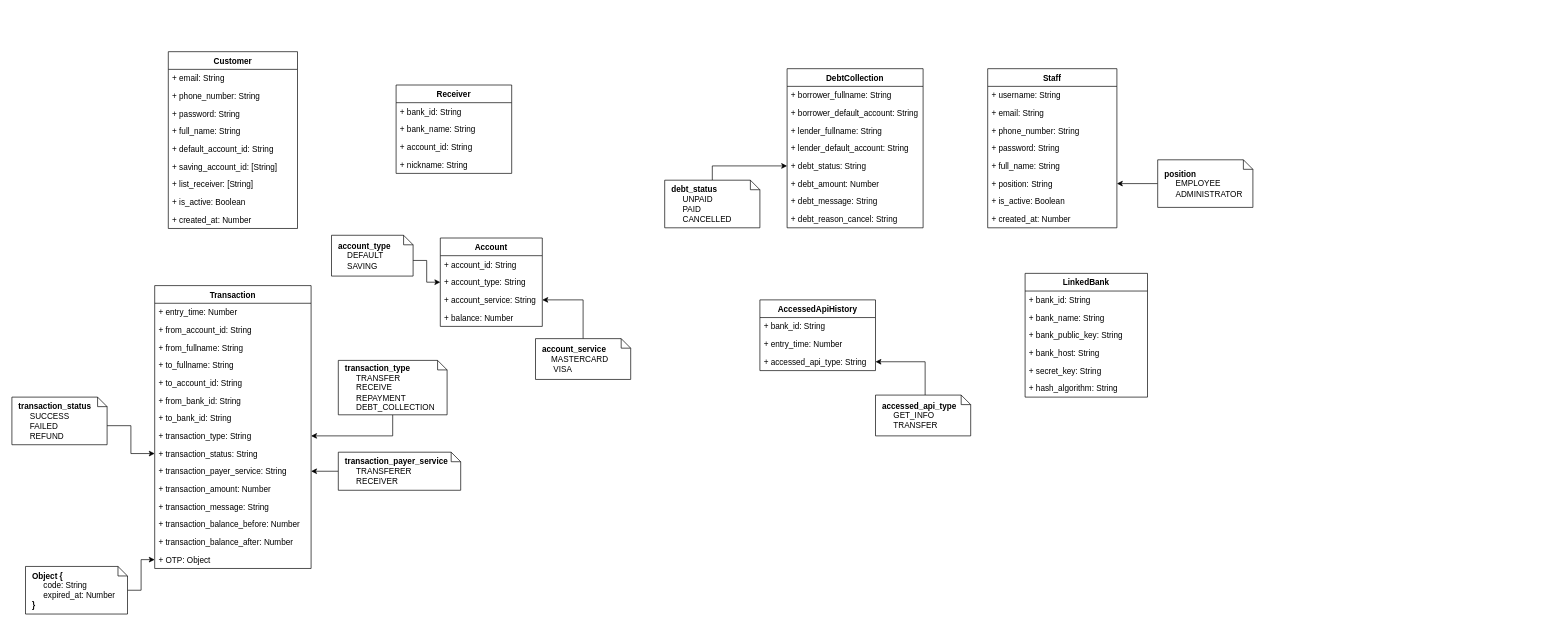
Earlier version of the draw.io diagram 03_Design/01_Data/InternetBanking.drawio (imdotnhsang/AWAD_NNDK_08). Source tidied: cells renumbered, new cells numbered last; positions are measured from the earlier drawing's top-left corner, leaving out a move shared by most shapes. Both pictures are drawn from the tidied source at 68%, with x=0, y=0 at pixel (12, 51).
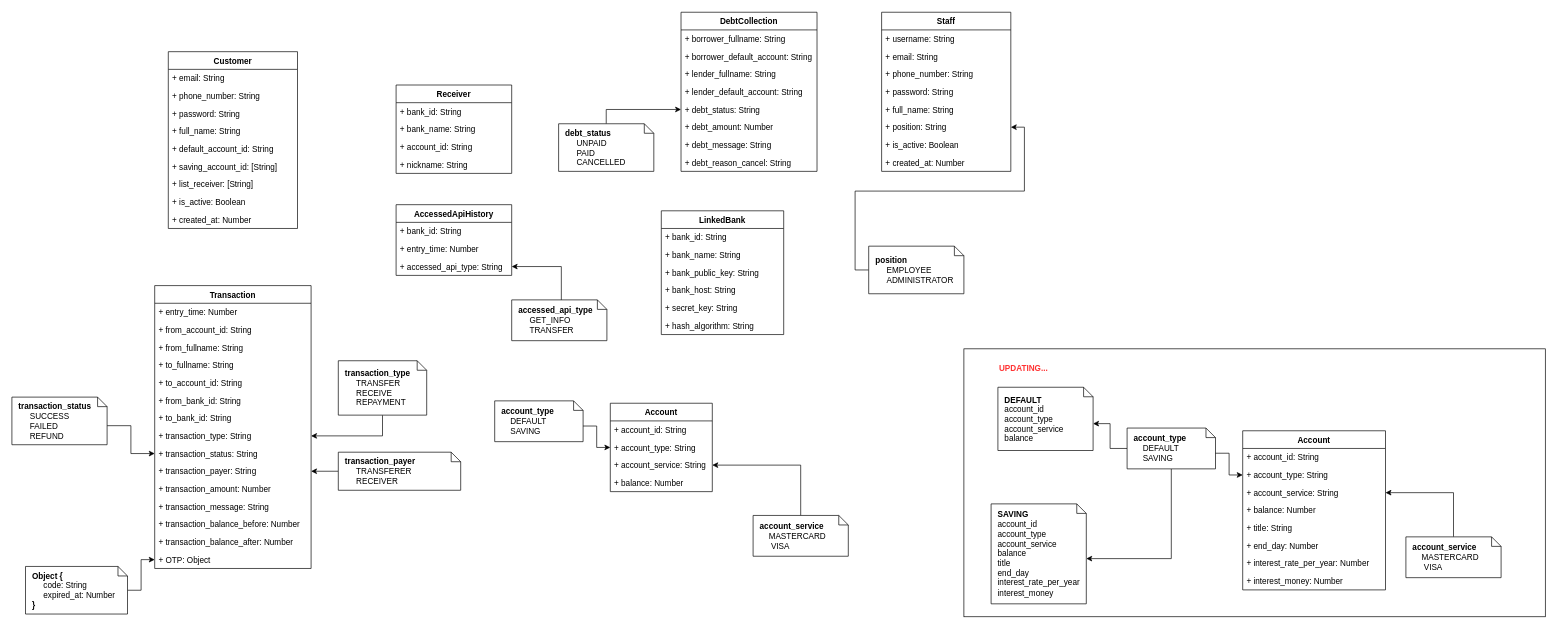
After the change.

Commit message (it also covers changes not shown here):
update model transaction and saving card db

Unchanged cells that the change refers to:
```xml
<mxCell id="4" value="Transaction" style="swimlane;fontStyle=1;horizontal=1;startSize=26;fillColor=none;" parent="1" vertex="1">
  <mxGeometry x="210" y="344.5" width="230" height="416" as="geometry" />
</mxCell>
<mxCell id="69" value="+ position: String" style="text;strokeColor=none;fillColor=none;align=left;verticalAlign=top;spacingLeft=4;spacingRight=4;overflow=hidden;points=[[0,0.5],[1,0.5]];portConstraint=eastwest;" parent="63" vertex="1">
  <mxGeometry y="156" width="190" height="26" as="geometry" />
</mxCell>
```

The edit, as a diff of the source:
```diff
@@
-    <mxCell id="3" value="&lt;b&gt;transaction_type&lt;br&gt;&lt;/b&gt;&lt;span&gt;&amp;nbsp; &amp;nbsp; &amp;nbsp;TRANSFER&lt;br&gt;&lt;/span&gt;&lt;span&gt;&amp;nbsp; &amp;nbsp; &amp;nbsp;RECEIVE&lt;br&gt;&lt;/span&gt;&lt;b&gt;&amp;nbsp; &amp;nbsp; &lt;/b&gt;&amp;nbsp;REPAYMENT&lt;br&gt;&amp;nbsp; &amp;nbsp; &amp;nbsp;DEBT_COLLECTION" style="shape=note;whiteSpace=wrap;html=1;size=14;verticalAlign=middle;align=left;spacingTop=0;spacing=10;" parent="1" vertex="1">
-      <mxGeometry x="480" y="454.5" width="160" height="80" as="geometry" />
+    <mxCell id="3" value="&lt;b&gt;transaction_type&lt;br&gt;&lt;/b&gt;&lt;span&gt;&amp;nbsp; &amp;nbsp; &amp;nbsp;TRANSFER&lt;br&gt;&lt;/span&gt;&lt;span&gt;&amp;nbsp; &amp;nbsp; &amp;nbsp;RECEIVE&lt;br&gt;&lt;/span&gt;&lt;b&gt;&amp;nbsp; &amp;nbsp; &lt;/b&gt;&amp;nbsp;REPAYMENT" style="shape=note;whiteSpace=wrap;html=1;size=14;verticalAlign=middle;align=left;spacingTop=0;spacing=10;" parent="1" vertex="1">
+      <mxGeometry x="480" y="455" width="130" height="80" as="geometry" />
     </mxCell>
@@
-    <mxCell id="14" value="+ transaction_payer_service: String" style="text;strokeColor=none;fillColor=none;align=left;verticalAlign=top;spacingLeft=4;spacingRight=4;overflow=hidden;points=[[0,0.5],[1,0.5]];portConstraint=eastwest;" parent="4" vertex="1">
+    <mxCell id="14" value="+ transaction_payer: String" style="text;strokeColor=none;fillColor=none;align=left;verticalAlign=top;spacingLeft=4;spacingRight=4;overflow=hidden;points=[[0,0.5],[1,0.5]];portConstraint=eastwest;" parent="4" vertex="1">
       <mxGeometry y="260" width="230" height="26" as="geometry" />
     </mxCell>
@@
     <mxCell id="20" value="AccessedApiHistory" style="swimlane;fontStyle=1;horizontal=1;startSize=26;fillColor=none;" parent="1" vertex="1">
-      <mxGeometry x="1100" y="365.5" width="170" height="104" as="geometry" />
+      <mxGeometry x="565" y="225.5" width="170" height="104" as="geometry" />
     </mxCell>
@@
     <mxCell id="25" value="&lt;b&gt;accessed_api_type&lt;br&gt;&lt;/b&gt;&lt;span&gt;&amp;nbsp; &amp;nbsp; &amp;nbsp;GET_INFO&lt;br&gt;&lt;/span&gt;&lt;span&gt;&amp;nbsp; &amp;nbsp; &amp;nbsp;TRANSFER&lt;/span&gt;" style="shape=note;whiteSpace=wrap;html=1;size=14;verticalAlign=middle;align=left;spacingTop=0;spacing=10;" parent="1" vertex="1">
-      <mxGeometry x="1270" y="505.5" width="140" height="60" as="geometry" />
+      <mxGeometry x="735" y="365.5" width="140" height="60" as="geometry" />
     </mxCell>
     <mxCell id="26" value="LinkedBank" style="swimlane;fontStyle=1;horizontal=1;startSize=26;fillColor=none;" parent="1" vertex="1">
-      <mxGeometry x="1490" y="326.5" width="180" height="182" as="geometry" />
+      <mxGeometry x="955" y="234.5" width="180" height="182" as="geometry" />
     </mxCell>
@@
     <mxCell id="33" value="Account" style="swimlane;fontStyle=1;horizontal=1;startSize=26;fillColor=none;" parent="1" vertex="1">
-      <mxGeometry x="630" y="274.5" width="150" height="130" as="geometry" />
+      <mxGeometry x="880" y="517.5" width="150" height="130" as="geometry" />
     </mxCell>
@@
-    <mxCell id="40" style="edgeStyle=orthogonalEdgeStyle;rounded=0;jettySize=auto;html=1;exitX=0;exitY=0.5;exitDx=0;exitDy=0;exitPerimeter=0;entryX=1;entryY=0.5;entryDx=0;entryDy=0;" parent="1" edge="1" source="41" target="69">
+    <mxCell id="40" style="edgeStyle=orthogonalEdgeStyle;rounded=0;jettySize=auto;html=1;exitX=0;exitY=0.5;exitDx=0;exitDy=0;exitPerimeter=0;entryX=1;entryY=0.5;entryDx=0;entryDy=0;fontColor=#FF3333;" parent="1" edge="1" source="41" target="69">
       <mxGeometry relative="1" as="geometry" />
     </mxCell>
     <mxCell id="41" value="&lt;b&gt;position&lt;br&gt;&lt;/b&gt;&lt;span&gt;&amp;nbsp; &amp;nbsp; &amp;nbsp;EMPLOYEE&lt;br&gt;&lt;/span&gt;&lt;span&gt;&amp;nbsp; &amp;nbsp; &amp;nbsp;ADMINISTRATOR&lt;/span&gt;" style="shape=note;whiteSpace=wrap;html=1;size=14;verticalAlign=middle;align=left;spacingTop=0;spacing=10;" parent="1" vertex="1">
-      <mxGeometry x="1685" y="159.5" width="140" height="70" as="geometry" />
+      <mxGeometry x="1260" y="286.5" width="140" height="70" as="geometry" />
     </mxCell>
@@
-    <mxCell id="55" value="&lt;b&gt;transaction_payer_service&lt;br&gt;&lt;/b&gt;&lt;span&gt;&amp;nbsp; &amp;nbsp; &amp;nbsp;TRANSFERER&lt;br&gt;&lt;/span&gt;&lt;span&gt;&amp;nbsp; &amp;nbsp; &amp;nbsp;RECEIVER&lt;/span&gt;" style="shape=note;whiteSpace=wrap;html=1;size=14;verticalAlign=middle;align=left;spacingTop=0;spacing=10;" parent="1" vertex="1">
+    <mxCell id="55" value="&lt;b&gt;transaction_payer&lt;br&gt;&lt;/b&gt;&lt;span&gt;&amp;nbsp; &amp;nbsp; &amp;nbsp;TRANSFERER&lt;br&gt;&lt;/span&gt;&lt;span&gt;&amp;nbsp; &amp;nbsp; &amp;nbsp;RECEIVER&lt;/span&gt;" style="shape=note;whiteSpace=wrap;html=1;size=14;verticalAlign=middle;align=left;spacingTop=0;spacing=10;" parent="1" vertex="1">
       <mxGeometry x="480" y="589.5" width="180" height="56" as="geometry" />
     </mxCell>
@@
     <mxCell id="62" value="&lt;span&gt;&lt;b&gt;debt_status&lt;/b&gt;&lt;/span&gt;&lt;b&gt;&lt;br&gt;&lt;/b&gt;&lt;span&gt;&amp;nbsp; &amp;nbsp; &amp;nbsp;UNPAID&lt;br&gt;&lt;/span&gt;&lt;span&gt;&amp;nbsp; &amp;nbsp; &amp;nbsp;PAID&lt;br&gt;&amp;nbsp; &amp;nbsp; &amp;nbsp;CANCELLED&lt;br&gt;&lt;/span&gt;" style="shape=note;whiteSpace=wrap;html=1;size=14;verticalAlign=middle;align=left;spacingTop=0;spacing=10;" parent="1" vertex="1">
-      <mxGeometry x="960" y="189.5" width="140" height="70" as="geometry" />
+      <mxGeometry x="804" y="106.5" width="140" height="70" as="geometry" />
     </mxCell>
     <mxCell id="63" value="Staff" style="swimlane;fontStyle=1;horizontal=1;startSize=26;fillColor=none;" parent="1" vertex="1">
-      <mxGeometry x="1435" y="25.5" width="190" height="234" as="geometry" />
+      <mxGeometry x="1279" y="-57.5" width="190" height="234" as="geometry" />
     </mxCell>
@@
     <mxCell id="72" value="DebtCollection" style="swimlane;fontStyle=1;horizontal=1;startSize=26;fillColor=none;" parent="1" vertex="1">
-      <mxGeometry x="1140" y="25.5" width="200" height="234" as="geometry" />
+      <mxGeometry x="984" y="-57.5" width="200" height="234" as="geometry" />
     </mxCell>
@@
     <mxCell id="82" value="&lt;b&gt;account_service&lt;/b&gt;&lt;span&gt;&amp;nbsp; &amp;nbsp; &amp;nbsp; &amp;nbsp; &amp;nbsp; &amp;nbsp; MASTERCARD&lt;br&gt;&lt;/span&gt;&lt;span&gt;&amp;nbsp; &amp;nbsp; &amp;nbsp;VISA&lt;/span&gt;" style="shape=note;whiteSpace=wrap;html=1;size=14;verticalAlign=middle;align=left;spacingTop=0;spacing=10;" parent="1" vertex="1">
-      <mxGeometry x="770" y="422.5" width="140" height="60" as="geometry" />
+      <mxGeometry x="1090" y="682.5" width="140" height="60" as="geometry" />
     </mxCell>
@@
-    <mxCell id="84" value="&lt;b&gt;account_type&lt;/b&gt;&lt;span&gt;&amp;nbsp; &amp;nbsp; &amp;nbsp; &amp;nbsp; &amp;nbsp; &amp;nbsp; DEFAULT&lt;br&gt;&lt;/span&gt;&lt;span&gt;&amp;nbsp; &amp;nbsp; SAVING&lt;/span&gt;" style="shape=note;whiteSpace=wrap;html=1;size=14;verticalAlign=middle;align=left;spacingTop=0;spacing=10;" parent="1" vertex="1">
-      <mxGeometry x="470" y="270.5" width="120" height="60" as="geometry" />
+    <mxCell id="84" value="&lt;b&gt;account_type&lt;/b&gt;&lt;span&gt;&amp;nbsp; &amp;nbsp; &amp;nbsp; &amp;nbsp; &amp;nbsp; &amp;nbsp; &amp;nbsp; DEFAULT&lt;br&gt;&lt;/span&gt;&lt;span&gt;&amp;nbsp; &amp;nbsp; SAVING&lt;/span&gt;" style="shape=note;whiteSpace=wrap;html=1;size=14;verticalAlign=middle;align=left;spacingTop=0;spacing=10;" parent="1" vertex="1">
+      <mxGeometry x="710" y="514" width="130" height="60" as="geometry" />
     </mxCell>
+    <mxCell id="85" value="Account" style="swimlane;fontStyle=1;horizontal=1;startSize=26;fillColor=none;" parent="1" vertex="1">
+      <mxGeometry x="1810" y="558" width="210" height="234" as="geometry" />
+    </mxCell>
+    <mxCell id="86" value="+ account_id: String" style="text;strokeColor=none;fillColor=none;align=left;verticalAlign=top;spacingLeft=4;spacingRight=4;overflow=hidden;" parent="85" vertex="1">
+      <mxGeometry y="26" width="210" height="26" as="geometry" />
+    </mxCell>
+    <mxCell id="87" value="+ account_type: String" style="text;strokeColor=none;fillColor=none;align=left;verticalAlign=top;spacingLeft=4;spacingRight=4;overflow=hidden;points=[[0,0.5],[1,0.5]];portConstraint=eastwest;" parent="85" vertex="1">
+      <mxGeometry y="52" width="210" height="26" as="geometry" />
+    </mxCell>
+    <mxCell id="88" value="+ account_service: String" style="text;strokeColor=none;fillColor=none;align=left;verticalAlign=top;spacingLeft=4;spacingRight=4;overflow=hidden;points=[[0,0.5],[1,0.5]];portConstraint=eastwest;" parent="85" vertex="1">
+      <mxGeometry y="78" width="210" height="26" as="geometry" />
+    </mxCell>
+    <mxCell id="89" value="+ balance: Number" style="text;strokeColor=none;fillColor=none;align=left;verticalAlign=top;spacingLeft=4;spacingRight=4;overflow=hidden;" parent="85" vertex="1">
+      <mxGeometry y="104" width="210" height="26" as="geometry" />
+    </mxCell>
+    <mxCell id="90" value="+ title: String" style="text;strokeColor=none;fillColor=none;align=left;verticalAlign=top;spacingLeft=4;spacingRight=4;overflow=hidden;" parent="85" vertex="1">
+      <mxGeometry y="130" width="210" height="26" as="geometry" />
+    </mxCell>
+    <mxCell id="91" value="+ end_day: Number" style="text;strokeColor=none;fillColor=none;align=left;verticalAlign=top;spacingLeft=4;spacingRight=4;overflow=hidden;" parent="85" vertex="1">
+      <mxGeometry y="156" width="210" height="26" as="geometry" />
+    </mxCell>
+    <mxCell id="92" value="+ interest_rate_per_year: Number" style="text;strokeColor=none;fillColor=none;align=left;verticalAlign=top;spacingLeft=4;spacingRight=4;overflow=hidden;" parent="85" vertex="1">
+      <mxGeometry y="182" width="210" height="26" as="geometry" />
+    </mxCell>
+    <mxCell id="93" value="+ interest_money: Number" style="text;strokeColor=none;fillColor=none;align=left;verticalAlign=top;spacingLeft=4;spacingRight=4;overflow=hidden;" parent="85" vertex="1">
+      <mxGeometry y="208" width="210" height="26" as="geometry" />
+    </mxCell>
+    <mxCell id="94" style="edgeStyle=orthogonalEdgeStyle;rounded=0;jettySize=auto;html=1;exitX=0.5;exitY=0;exitDx=0;exitDy=0;exitPerimeter=0;entryX=1;entryY=0.5;entryDx=0;entryDy=0;" parent="1" edge="1" source="95" target="88">
+      <mxGeometry relative="1" as="geometry" />
+    </mxCell>
+    <mxCell id="95" value="&lt;b&gt;account_service&lt;/b&gt;&lt;span&gt;&amp;nbsp; &amp;nbsp; &amp;nbsp; &amp;nbsp; &amp;nbsp; &amp;nbsp; MASTERCARD&lt;br&gt;&lt;/span&gt;&lt;span&gt;&amp;nbsp; &amp;nbsp; &amp;nbsp;VISA&lt;/span&gt;" style="shape=note;whiteSpace=wrap;html=1;size=14;verticalAlign=middle;align=left;spacingTop=0;spacing=10;" parent="1" vertex="1">
+      <mxGeometry x="2050" y="714" width="140" height="60" as="geometry" />
+    </mxCell>
+    <mxCell id="96" style="edgeStyle=orthogonalEdgeStyle;rounded=0;jettySize=auto;html=1;exitX=0;exitY=0;exitDx=120;exitDy=37;exitPerimeter=0;entryX=0;entryY=0.5;entryDx=0;entryDy=0;" parent="1" edge="1" source="99" target="87">
+      <mxGeometry relative="1" as="geometry" />
+    </mxCell>
+    <mxCell id="97" style="edgeStyle=orthogonalEdgeStyle;rounded=0;jettySize=auto;html=1;exitX=0;exitY=0.5;exitDx=0;exitDy=0;exitPerimeter=0;entryX=0;entryY=0;entryDx=140;entryDy=53.5;entryPerimeter=0;" parent="1" edge="1" source="99" target="100">
+      <mxGeometry relative="1" as="geometry" />
+    </mxCell>
+    <mxCell id="98" style="edgeStyle=orthogonalEdgeStyle;rounded=0;jettySize=auto;html=1;exitX=0.5;exitY=1;exitDx=0;exitDy=0;exitPerimeter=0;entryX=0;entryY=0;entryDx=140;entryDy=80.5;entryPerimeter=0;" parent="1" edge="1" source="99" target="101">
+      <mxGeometry relative="1" as="geometry" />
+    </mxCell>
+    <mxCell id="99" value="&lt;b&gt;account_type&lt;/b&gt;&lt;span&gt;&amp;nbsp; &amp;nbsp; &amp;nbsp; &amp;nbsp; &amp;nbsp; &amp;nbsp; &amp;nbsp; DEFAULT&lt;br&gt;&lt;/span&gt;&lt;span&gt;&amp;nbsp; &amp;nbsp; SAVING&lt;/span&gt;" style="shape=note;whiteSpace=wrap;html=1;size=14;verticalAlign=middle;align=left;spacingTop=0;spacing=10;" parent="1" vertex="1">
+      <mxGeometry x="1640" y="554" width="130" height="60" as="geometry" />
+    </mxCell>
+    <mxCell id="100" value="&lt;b&gt;DEFAULT&lt;/b&gt;&lt;span&gt;&amp;nbsp; &amp;nbsp; &amp;nbsp; &amp;nbsp; &amp;nbsp; &amp;nbsp;&amp;nbsp;&lt;br&gt;account_id&lt;br&gt;account_type&lt;br&gt;account_service&lt;br&gt;balance&lt;br&gt;&lt;/span&gt;" style="shape=note;whiteSpace=wrap;html=1;size=14;verticalAlign=middle;align=left;spacingTop=0;spacing=10;" parent="1" vertex="1">
+      <mxGeometry x="1450" y="494" width="140" height="93" as="geometry" />
+    </mxCell>
+    <mxCell id="101" value="&lt;b&gt;SAVING&lt;/b&gt;&lt;span&gt;&amp;nbsp; &amp;nbsp; &amp;nbsp; &amp;nbsp; &amp;nbsp; &amp;nbsp;&amp;nbsp;&lt;br&gt;account_id&lt;br&gt;account_type&lt;br&gt;account_service&lt;br&gt;balance&lt;br&gt;title&lt;br&gt;end_day&lt;br&gt;interest_rate_per_year&lt;br&gt;interest_money&lt;br&gt;&lt;/span&gt;" style="shape=note;whiteSpace=wrap;html=1;size=14;verticalAlign=middle;align=left;spacingTop=0;spacing=10;" parent="1" vertex="1">
+      <mxGeometry x="1440" y="665.5" width="140" height="147" as="geometry" />
+    </mxCell>
+    <mxCell id="102" value="UPDATING..." style="text;html=1;align=left;verticalAlign=top;spacingTop=-4;fontStyle=1;fontColor=#FF3333;" parent="1" vertex="1">
+      <mxGeometry x="1450" y="456" width="90" height="20" as="geometry" />
+    </mxCell>
+    <mxCell id="103" style="rounded=0;whiteSpace=wrap;html=1;fontColor=#FF3333;fillColor=none;" parent="1" vertex="1">
+      <mxGeometry x="1400" y="437.5" width="855" height="394" as="geometry" />
+    </mxCell>
```
